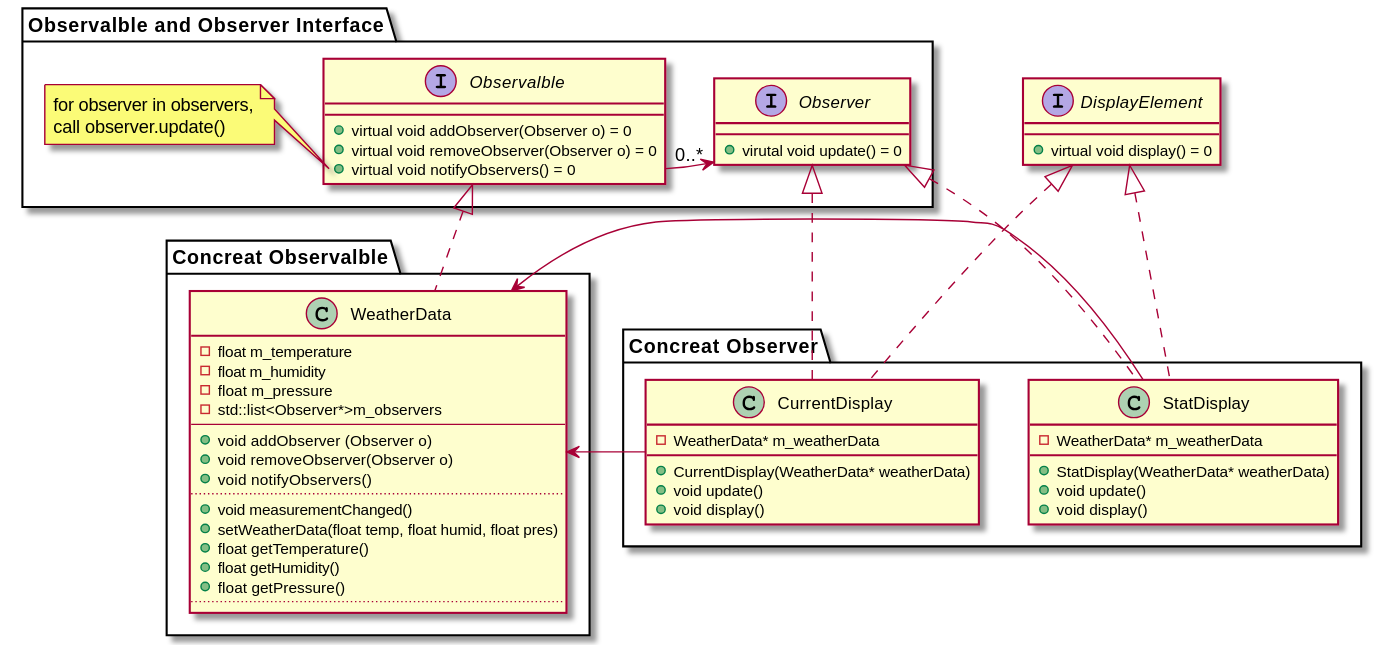
Before: ch02_Observer/uml/Observer Pattern.svg, a diagram exported from PlantUML (jwbecalm/Head-First-Design-Patterns-in-CPP).
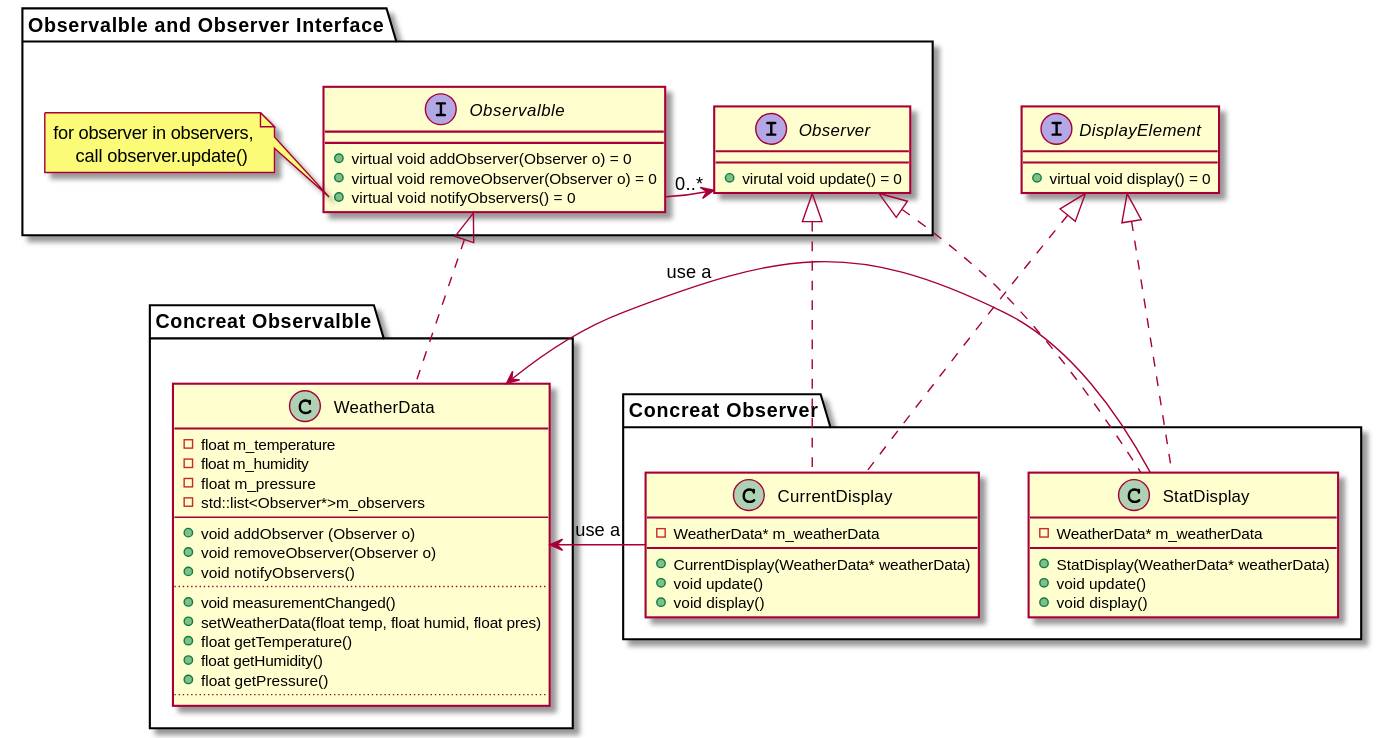
The same file after the commit.

Commit message:
update uml link

Diff of the diagram source:
```diff
@@ -7,7 +7,7 @@
     }
     note left of Observalble::notifyObservers
     for observer in observers,
-    call observer.update()
+        call observer.update()
     end note
 
     Interface Observer{
@@ -60,8 +60,8 @@
 
 
 Observalble -->"0..*" Observer
-CurrentDisplay --> WeatherData
-StatDisplay --> WeatherData
+CurrentDisplay --> WeatherData: use a
+StatDisplay --> WeatherData: use a
 
 DisplayElement <|.. CurrentDisplay
 DisplayElement <|.. StatDisplay
```
